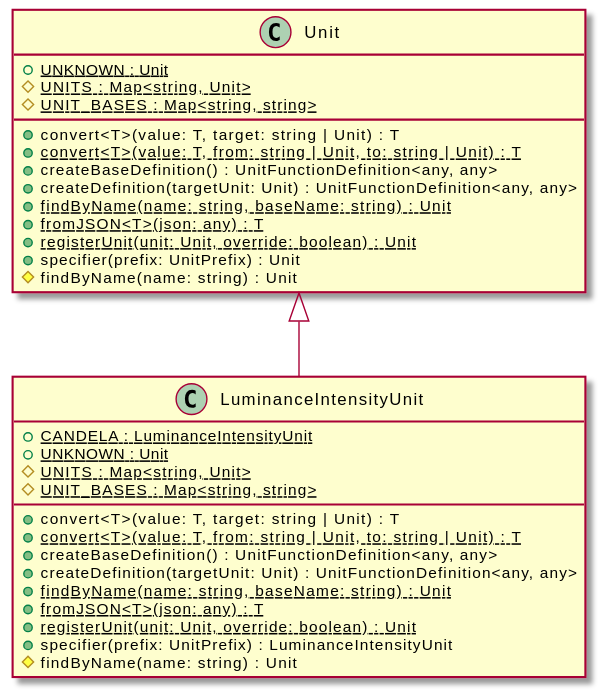
This is assets/LuminanceIntensityUnit-umlClassDiagram-1333.svg from OpenHPS/openhps-core, a PlantUML export, as it was before one commit.
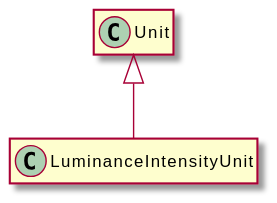
Above is the later version.

The edit, as a diff of the source:
```diff
@@ -3,33 +3,8 @@
 hide empty methods
 hide empty fields
 class "LuminanceIntensityUnit" {
-    {static} +CANDELA : LuminanceIntensityUnit
-    {static} +UNKNOWN : Unit
-    {static} #UNITS : Map<string, Unit>
-    {static} #UNIT_BASES : Map<string, string>
-    +convert<T>(value: T, target: string | Unit) : T
-    {static} +convert<T>(value: T, from: string | Unit, to: string | Unit) : T
-    +createBaseDefinition() : UnitFunctionDefinition<any, any>
-    +createDefinition(targetUnit: Unit) : UnitFunctionDefinition<any, any>
-    {static} +findByName(name: string, baseName: string) : Unit
-    {static} +fromJSON<T>(json: any) : T
-    {static} +registerUnit(unit: Unit, override: boolean) : Unit
-    +specifier(prefix: UnitPrefix) : LuminanceIntensityUnit
-    #findByName(name: string) : Unit
 }
 class "Unit" {
-    {static} +UNKNOWN : Unit
-    {static} #UNITS : Map<string, Unit>
-    {static} #UNIT_BASES : Map<string, string>
-    +convert<T>(value: T, target: string | Unit) : T
-    {static} +convert<T>(value: T, from: string | Unit, to: string | Unit) : T
-    +createBaseDefinition() : UnitFunctionDefinition<any, any>
-    +createDefinition(targetUnit: Unit) : UnitFunctionDefinition<any, any>
-    {static} +findByName(name: string, baseName: string) : Unit
-    {static} +fromJSON<T>(json: any) : T
-    {static} +registerUnit(unit: Unit, override: boolean) : Unit
-    +specifier(prefix: UnitPrefix) : Unit
-    #findByName(name: string) : Unit
 }
 "Unit" <|-- "LuminanceIntensityUnit"
 @enduml
```
